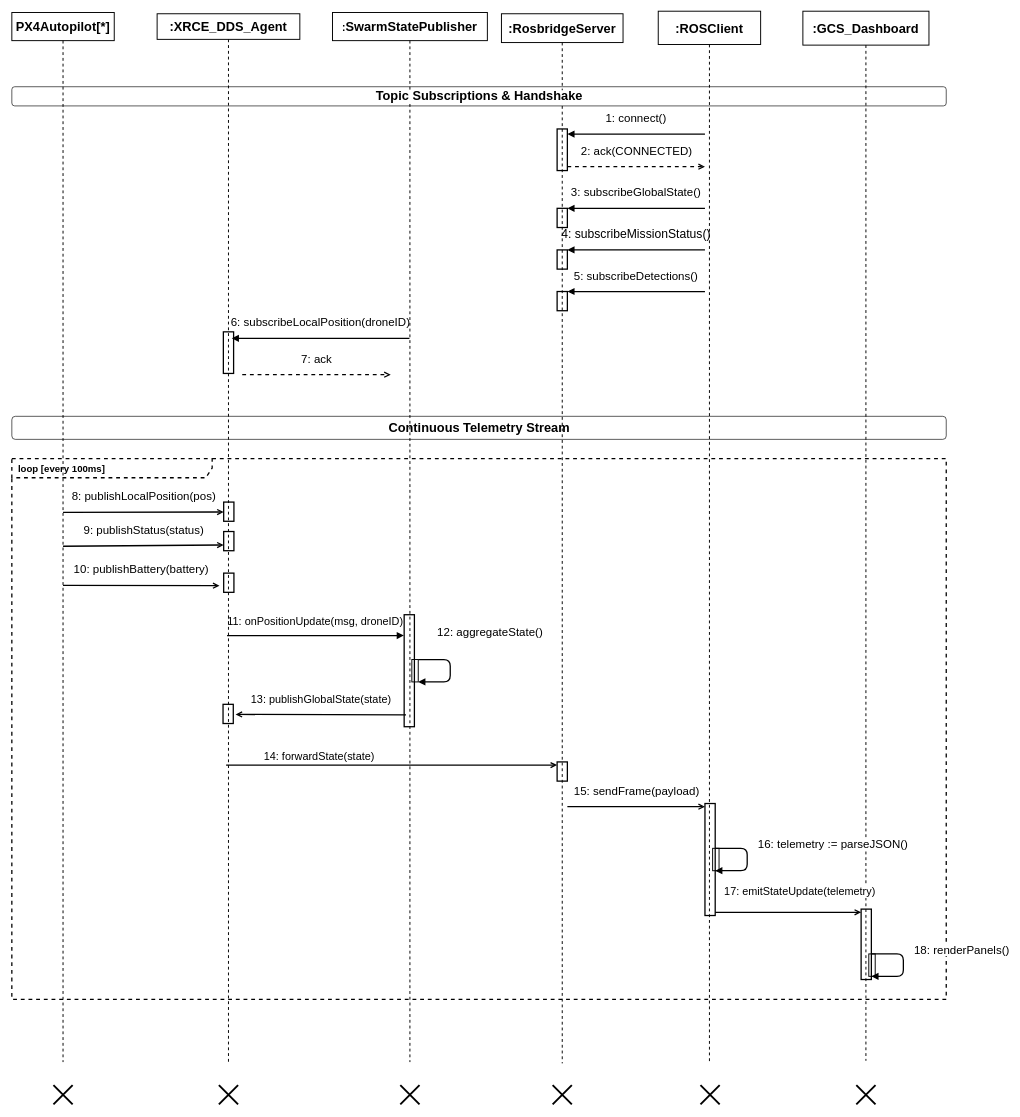
Earlier version of the draw.io diagram 12_sequence_telemetry.drawio (syedmohammad611/diagrams). Source tidied: cells renumbered, new cells numbered last; positions are measured from the earlier drawing's top-left corner, leaving out a move shared by most shapes. Both pictures are drawn from the tidied source at 64%, with x=0, y=0 at pixel (12, 11).
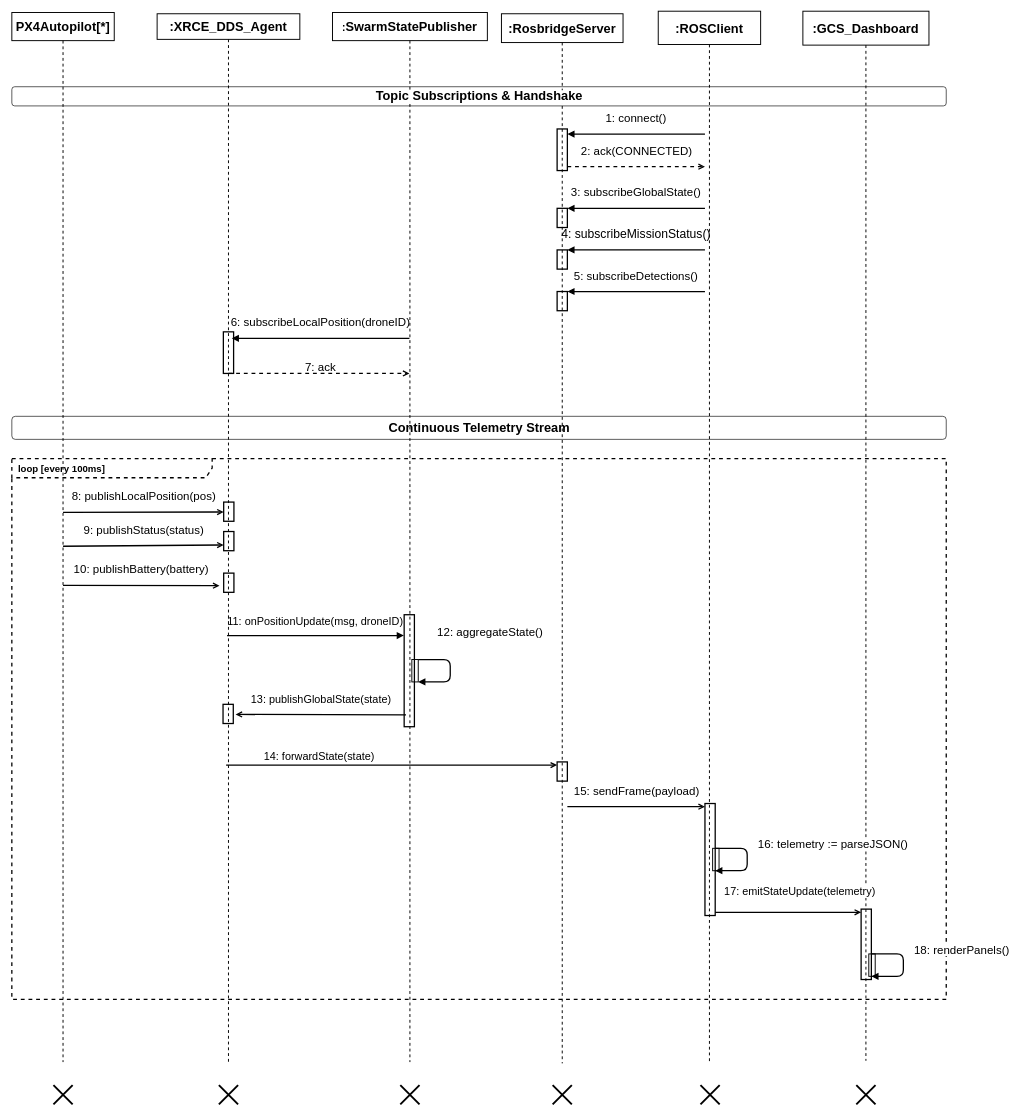
The same diagram, later.

Commit message (it also covers changes not shown here):
refactor: update sequence diagram layouts

The change refers to these unchanged cells:
```xml
<mxCell id="3" style="whiteSpace=wrap;html=1;fillColor=none;strokeColor=#000000;strokeWidth=2;" parent="2" vertex="1">
  <mxGeometry x="103.5" y="497" width="16" height="65" as="geometry" />
</mxCell>
<mxCell id="5" value="&lt;b&gt;:&lt;font style=&quot;font-size: 20px;&quot;&gt;SwarmStatePublisher&lt;/font&gt;&lt;/b&gt;" style="shape=umlLifeline;perimeter=lifelinePerimeter;whiteSpace=wrap;html=1;outlineConnect=0;fillColor=none;strokeColor=#000000;strokeWidth=1.5;fontStyle=1;fontFamily=Helvetica;fontColor=#000000;fontSize=16;size=44;" parent="1" vertex="1">
  <mxGeometry x="501" y="2" width="242" height="1640" as="geometry" />
</mxCell>
```

The edit, as a diff of the source:
```diff
@@
-    <mxCell id="20" value="&lt;font style=&quot;font-size: 18px;&quot;&gt;7: ack&lt;/font&gt;" style="html=1;verticalAlign=bottom;dashed=1;endArrow=open;endFill=0;strokeColor=#000000;fontFamily=Helvetica;fontColor=#000000;labelBackgroundColor=none;spacingBottom=10;fontSize=17;strokeWidth=2;" parent="1" edge="1">
-      <mxGeometry relative="1" as="geometry">
-        <mxPoint x="360" y="568" as="sourcePoint" />
-        <mxPoint x="592" y="568" as="targetPoint" />
-      </mxGeometry>
+    <mxCell id="20" value="&lt;font style=&quot;font-size: 18px;&quot;&gt;7: ack&lt;/font&gt;" style="html=1;verticalAlign=bottom;dashed=1;endArrow=open;endFill=0;strokeColor=#000000;fontFamily=Helvetica;fontColor=#000000;labelBackgroundColor=none;spacingBottom=10;fontSize=17;strokeWidth=2;exitX=0.5;exitY=1;exitDx=0;exitDy=0;" parent="1" edge="1" source="3" target="5">
+      <mxGeometry x="0.01" y="-15" relative="1" as="geometry" />
     </mxCell>
```
